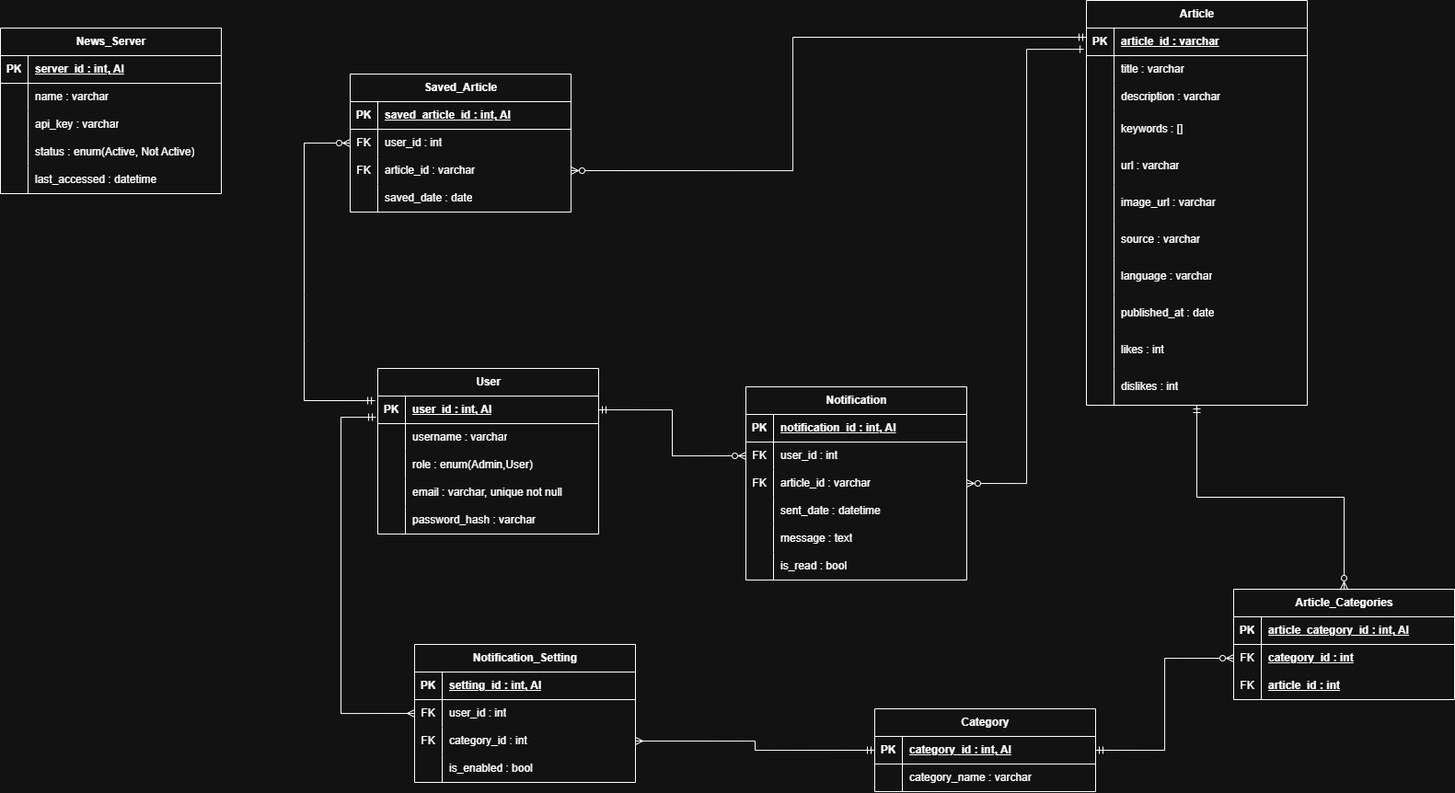
gourav-jain-intimetec/NewsAggregation keeps this draw.io diagram as UML_Diagrams/ERD_of_NewsAggregation.png. Above is the earlier version. Source tidied: cells renumbered, new cells last; positions are measured from the earlier drawing's top-left corner, leaving out a move shared by most shapes.
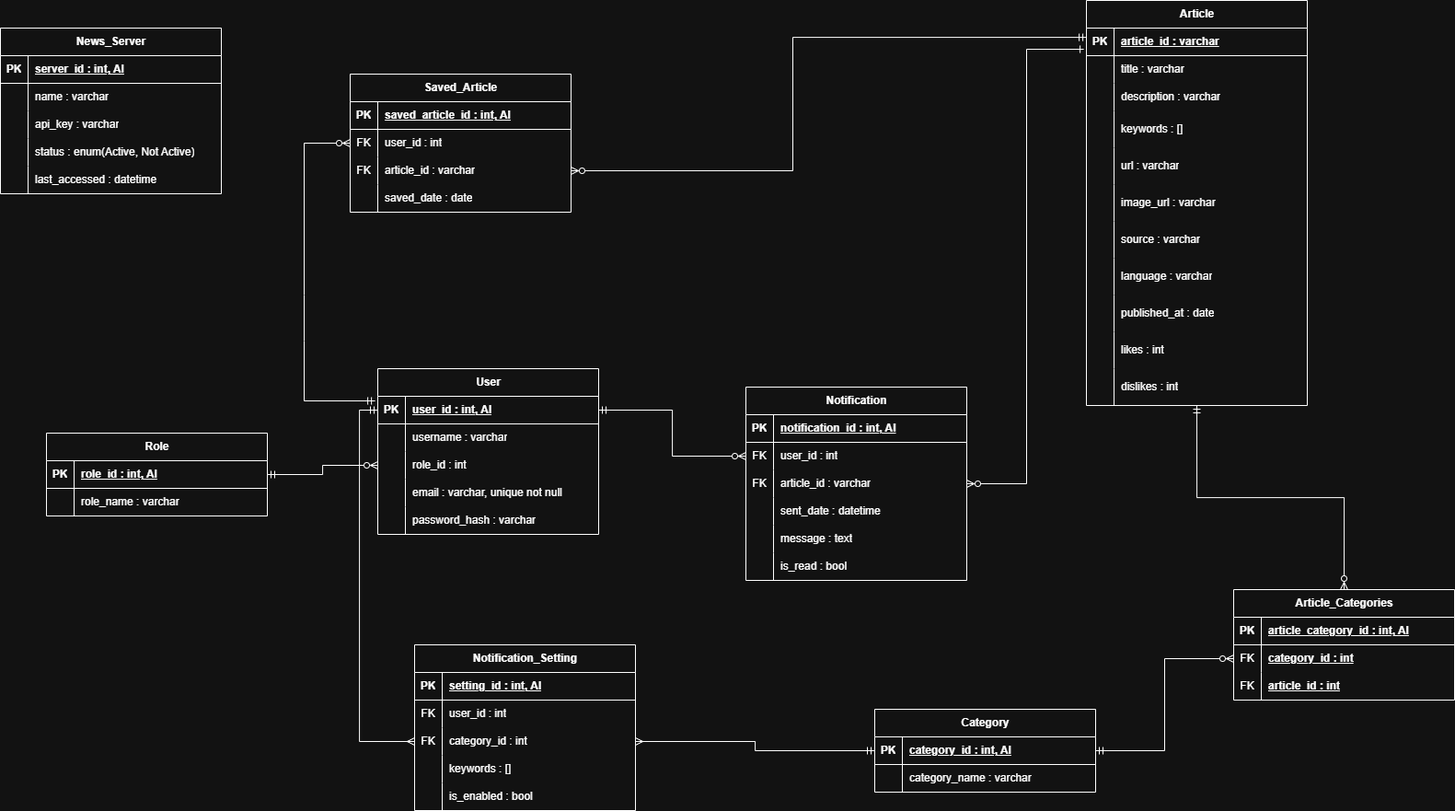
Later version of the same file.

Commit message:
Modified ERD and Use case diagram

The edit, as a diff of the source:
```diff
@@ -29,7 +29,7 @@
     <mxCell id="10" style="shape=partialRectangle;fillColor=none;top=0;left=0;bottom=0;right=0;overflow=hidden;whiteSpace=wrap;html=1;" parent="9" vertex="1">
       <mxGeometry width="30" height="30" as="geometry" />
     </mxCell>
-    <mxCell id="11" value="role : enum(Admin,User)" style="shape=partialRectangle;fillColor=none;top=0;left=0;bottom=0;right=0;align=left;spacingLeft=6;overflow=hidden;whiteSpace=wrap;html=1;" parent="9" vertex="1">
+    <mxCell id="11" value="role_id : int" style="shape=partialRectangle;fillColor=none;top=0;left=0;bottom=0;right=0;align=left;spacingLeft=6;overflow=hidden;whiteSpace=wrap;html=1;" parent="9" vertex="1">
       <mxGeometry x="30" width="210" height="30" as="geometry" />
     </mxCell>
     <mxCell id="12" style="shape=tableRow;horizontal=0;startSize=0;swimlaneHead=0;swimlaneBody=0;fillColor=none;top=0;left=0;right=0;bottom=0;" parent="2" vertex="1">
@@ -225,7 +225,7 @@
       <mxGeometry x="30" width="210" height="30" as="geometry" />
     </mxCell>
     <mxCell id="76" value="Notification_Setting" style="shape=table;startSize=30;rowLines=0;fontStyle=1;align=center;html=1;" parent="1" vertex="1">
-      <mxGeometry x="450" y="700" width="240" height="150" as="geometry" />
+      <mxGeometry x="450" y="700" width="240" height="180" as="geometry" />
     </mxCell>
     <mxCell id="77" style="shape=tableRow;horizontal=0;startSize=0;swimlaneHead=0;swimlaneBody=0;fillColor=none;top=0;left=0;right=0;bottom=1;" parent="76" vertex="1">
       <mxGeometry y="30" width="240" height="30" as="geometry" />
@@ -260,9 +260,18 @@
     <mxCell id="87" style="shape=partialRectangle;fillColor=none;top=0;left=0;bottom=0;right=0;overflow=hidden;whiteSpace=wrap;html=1;" parent="86" vertex="1">
       <mxGeometry width="30" height="30" as="geometry" />
     </mxCell>
-    <mxCell id="88" value="is_enabled : bool" style="shape=partialRectangle;fillColor=none;top=0;left=0;bottom=0;right=0;align=left;spacingLeft=6;overflow=hidden;whiteSpace=wrap;html=1;" parent="86" vertex="1">
+    <mxCell id="88" value="keywords : []" style="shape=partialRectangle;fillColor=none;top=0;left=0;bottom=0;right=0;align=left;spacingLeft=6;overflow=hidden;whiteSpace=wrap;html=1;" parent="86" vertex="1">
       <mxGeometry x="30" width="210" height="30" as="geometry" />
     </mxCell>
+    <mxCell id="138" style="shape=tableRow;horizontal=0;startSize=0;swimlaneHead=0;swimlaneBody=0;fillColor=none;top=0;left=0;right=0;bottom=0;" parent="76" vertex="1">
+      <mxGeometry y="150" width="240" height="30" as="geometry" />
+    </mxCell>
+    <mxCell id="139" style="shape=partialRectangle;fillColor=none;top=0;left=0;bottom=0;right=0;overflow=hidden;whiteSpace=wrap;html=1;" parent="138" vertex="1">
+      <mxGeometry width="30" height="30" as="geometry" />
+    </mxCell>
+    <mxCell id="140" value="is_enabled : bool" style="shape=partialRectangle;fillColor=none;top=0;left=0;bottom=0;right=0;align=left;spacingLeft=6;overflow=hidden;whiteSpace=wrap;html=1;" parent="138" vertex="1">
+      <mxGeometry x="30" width="210" height="30" as="geometry" />
+    </mxCell>
     <mxCell id="89" value="Notification" style="shape=table;startSize=30;rowLines=0;fontStyle=1;align=center;html=1;" parent="1" vertex="1">
       <mxGeometry x="810" y="420" width="240" height="210" as="geometry" />
     </mxCell>
@@ -385,14 +394,6 @@
     <mxCell id="124" style="edgeStyle=orthogonalEdgeStyle;rounded=0;jettySize=auto;html=1;exitX=1;exitY=0.5;exitDx=0;exitDy=0;entryX=0;entryY=0.5;entryDx=0;entryDy=0;endArrow=ERmandOne;endFill=0;startArrow=ERmany;startFill=0;" parent="1" edge="1" source="83" target="70">
       <mxGeometry relative="1" as="geometry" />
     </mxCell>
-    <mxCell id="125" style="edgeStyle=orthogonalEdgeStyle;rounded=0;jettySize=auto;html=1;exitX=0;exitY=0.5;exitDx=0;exitDy=0;startArrow=ERmany;startFill=0;endArrow=ERmandOne;endFill=0;entryX=-0.008;entryY=0.767;entryDx=0;entryDy=0;entryPerimeter=0;" parent="1" edge="1" source="80" target="3">
-      <mxGeometry relative="1" as="geometry">
-        <Array as="points">
-          <mxPoint x="370" y="775" />
-          <mxPoint x="370" y="453" />
-        </Array>
-      </mxGeometry>
-    </mxCell>
     <mxCell id="126" style="edgeStyle=orthogonalEdgeStyle;rounded=0;jettySize=auto;html=1;exitX=0;exitY=0.5;exitDx=0;exitDy=0;entryX=1;entryY=0.5;entryDx=0;entryDy=0;endArrow=ERmandOne;endFill=0;startArrow=ERzeroToMany;startFill=0;" parent="1" edge="1" source="93" target="3">
       <mxGeometry relative="1" as="geometry" />
     </mxCell>
@@ -429,5 +430,32 @@
     <mxCell id="137" value="&lt;span style=&quot;font-weight: 700; text-decoration-line: underline;&quot;&gt;article_id : int&lt;/span&gt;" style="shape=partialRectangle;fillColor=none;top=0;left=0;bottom=0;right=0;align=left;spacingLeft=6;overflow=hidden;whiteSpace=wrap;html=1;" parent="135" vertex="1">
       <mxGeometry x="30" width="210" height="30" as="geometry" />
     </mxCell>
+    <mxCell id="141" style="edgeStyle=orthogonalEdgeStyle;rounded=0;jettySize=auto;html=1;exitX=0;exitY=0.5;exitDx=0;exitDy=0;entryX=0;entryY=0.5;entryDx=0;entryDy=0;startArrow=ERmandOne;startFill=0;endArrow=ERmany;endFill=0;" parent="1" edge="1" source="3" target="83">
+      <mxGeometry relative="1" as="geometry" />
+    </mxCell>
+    <mxCell id="142" value="Role" style="shape=table;startSize=30;rowLines=0;fontStyle=1;align=center;html=1;" parent="1" vertex="1">
+      <mxGeometry x="50" y="470" width="240" height="90" as="geometry" />
+    </mxCell>
+    <mxCell id="143" style="shape=tableRow;horizontal=0;startSize=0;swimlaneHead=0;swimlaneBody=0;fillColor=none;points=[[0,0.5],[1,0.5]];portConstraint=eastwest;top=0;left=0;right=0;bottom=1;" parent="142" vertex="1">
+      <mxGeometry y="30" width="240" height="30" as="geometry" />
+    </mxCell>
+    <mxCell id="144" value="PK" style="shape=partialRectangle;fillColor=none;top=0;left=0;bottom=0;right=0;fontStyle=1;overflow=hidden;whiteSpace=wrap;html=1;" parent="143" vertex="1">
+      <mxGeometry width="30" height="30" as="geometry" />
+    </mxCell>
+    <mxCell id="145" value="role_id : int, AI" style="shape=partialRectangle;fillColor=none;top=0;left=0;bottom=0;right=0;align=left;spacingLeft=6;fontStyle=5;overflow=hidden;whiteSpace=wrap;html=1;" parent="143" vertex="1">
+      <mxGeometry x="30" width="210" height="30" as="geometry" />
+    </mxCell>
+    <mxCell id="146" style="shape=tableRow;horizontal=0;startSize=0;swimlaneHead=0;swimlaneBody=0;fillColor=none;top=0;left=0;right=0;bottom=0;" parent="142" vertex="1">
+      <mxGeometry y="60" width="240" height="30" as="geometry" />
+    </mxCell>
+    <mxCell id="147" style="shape=partialRectangle;fillColor=none;top=0;left=0;bottom=0;right=0;overflow=hidden;whiteSpace=wrap;html=1;" parent="146" vertex="1">
+      <mxGeometry width="30" height="30" as="geometry" />
+    </mxCell>
+    <mxCell id="148" value="role_name : varchar" style="shape=partialRectangle;fillColor=none;top=0;left=0;bottom=0;right=0;align=left;spacingLeft=6;overflow=hidden;whiteSpace=wrap;html=1;" parent="146" vertex="1">
+      <mxGeometry x="30" width="210" height="30" as="geometry" />
+    </mxCell>
+    <mxCell id="149" style="edgeStyle=orthogonalEdgeStyle;rounded=0;jettySize=auto;html=1;exitX=1;exitY=0.5;exitDx=0;exitDy=0;entryX=0;entryY=0.5;entryDx=0;entryDy=0;startArrow=ERmandOne;startFill=0;endArrow=ERzeroToMany;endFill=0;" parent="1" edge="1" source="143" target="9">
+      <mxGeometry relative="1" as="geometry" />
+    </mxCell>
   </root>
 </mxGraphModel>
```
